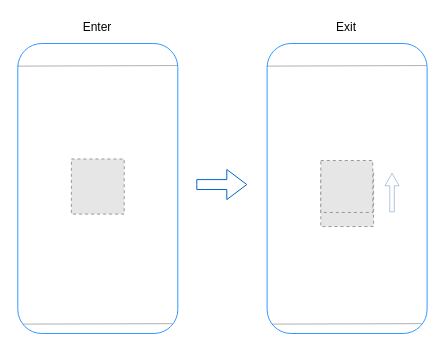
Above: Jetpack-splashscreen.drawio in ellisonchan/MineGraph (draw.io), before the change. Source tidied: cells renumbered, new cells numbered last; positions are measured from the earlier drawing's top-left corner, leaving out a move shared by most shapes. Both pictures are drawn from the tidied source at 100%, with x=0, y=0 at pixel (17, 17). Pictures stored in the file or linked from it are replaced by grey dashed boxes.
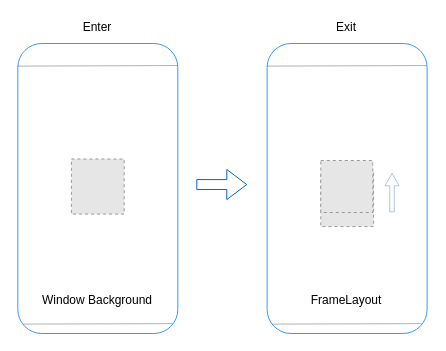
After the change.

What changed in the source:
```diff
@@
 <mxGraphModel>
   <root>
     <mxCell id="0" />
     <mxCell id="1" parent="0" />
     <mxCell id="2" style="rounded=1;whiteSpace=wrap;html=1;strokeColor=#3399FF;" parent="1" vertex="1">
       <mxGeometry x="249.6" y="26" width="160" height="290" as="geometry" />
     </mxCell>
     <mxCell id="3" style="rounded=1;whiteSpace=wrap;html=1;strokeColor=#3399FF;" parent="1" vertex="1">
       <mxGeometry x="0.3" y="26" width="160" height="290" as="geometry" />
     </mxCell>
     <mxCell id="4" style="fillColor=#E6E6E6;strokeColor=#999999;dashed=1;verticalLabelPosition=bottom;labelBackgroundColor=#ffffff;verticalAlign=top;" parent="1" vertex="1">
       <mxGeometry x="53.9" y="141.5" width="52.8" height="55.1" as="geometry" />
     </mxCell>
     <mxCell id="5" style="html=1;shadow=0;dashed=0;align=center;verticalAlign=middle;shape=mxgraph.arrows2.arrow;dy=0.67;dx=20;notch=0;strokeColor=#0066CC;fillColor=#FFFFFF;" parent="1" vertex="1">
       <mxGeometry x="179.3" y="152" width="50" height="30.1" as="geometry" />
     </mxCell>
     <mxCell id="6" style="endArrow=none;html=1;exitX=-0.002;exitY=0.078;exitDx=0;exitDy=0;exitPerimeter=0;entryX=0.997;entryY=0.076;entryDx=0;entryDy=0;entryPerimeter=0;fillColor=#f5f5f5;strokeColor=#666666;opacity=50;gradientColor=#b3b3b3;" parent="1" edge="1" source="3" target="3">
       <mxGeometry relative="1" as="geometry" />
     </mxCell>
     <mxCell id="7" style="endArrow=none;html=1;exitX=-0.002;exitY=0.078;exitDx=0;exitDy=0;exitPerimeter=0;entryX=0.967;entryY=0.966;entryDx=0;entryDy=0;entryPerimeter=0;fillColor=#f5f5f5;strokeColor=#666666;opacity=50;gradientColor=#b3b3b3;" parent="1" edge="1" target="3">
       <mxGeometry relative="1" as="geometry">
         <mxPoint x="5.5" y="306.6" as="sourcePoint" />
       </mxGeometry>
     </mxCell>
     <mxCell id="8" style="fillColor=#E6E6E6;strokeColor=#999999;dashed=1;verticalLabelPosition=bottom;labelBackgroundColor=#ffffff;verticalAlign=top;" parent="1" vertex="1">
       <mxGeometry x="303.3" y="154" width="52.8" height="55.1" as="geometry" />
     </mxCell>
     <mxCell id="9" style="endArrow=none;html=1;exitX=-0.002;exitY=0.078;exitDx=0;exitDy=0;exitPerimeter=0;entryX=0.997;entryY=0.076;entryDx=0;entryDy=0;entryPerimeter=0;fillColor=#f5f5f5;strokeColor=#666666;gradientColor=#b3b3b3;opacity=50;" parent="1" edge="1" source="2" target="2">
       <mxGeometry relative="1" as="geometry" />
     </mxCell>
     <mxCell id="10" style="endArrow=none;html=1;exitX=-0.002;exitY=0.078;exitDx=0;exitDy=0;exitPerimeter=0;entryX=0.967;entryY=0.966;entryDx=0;entryDy=0;entryPerimeter=0;fillColor=#f5f5f5;strokeColor=#666666;opacity=50;gradientColor=#b3b3b3;" parent="1" edge="1" target="2">
       <mxGeometry relative="1" as="geometry">
         <mxPoint x="254.8" y="306.6" as="sourcePoint" />
       </mxGeometry>
     </mxCell>
     <mxCell id="11" style="fillColor=#E6E6E6;strokeColor=#999999;dashed=1;verticalLabelPosition=bottom;verticalAlign=top;" parent="1" vertex="1">
       <mxGeometry x="303.3" y="143" width="52" height="52" as="geometry" />
     </mxCell>
     <mxCell id="12" style="html=1;shadow=0;dashed=0;align=center;verticalAlign=middle;shape=mxgraph.arrows2.arrow;dy=0.68;dx=12.47;notch=0;strokeColor=#6c8ebf;rotation=-90;fillColor=#FFFFFF;opacity=50;" parent="1" vertex="1">
       <mxGeometry x="355.3" y="168" width="38.5" height="14.1" as="geometry" />
     </mxCell>
     <mxCell id="13" value="Enter" style="text;html=1;strokeColor=none;fillColor=none;align=center;verticalAlign=middle;whiteSpace=wrap;rounded=0;" parent="1" vertex="1">
       <mxGeometry x="60.3" width="40" height="20" as="geometry" />
     </mxCell>
     <mxCell id="14" value="Exit" style="text;html=1;strokeColor=none;fillColor=none;align=center;verticalAlign=middle;whiteSpace=wrap;rounded=0;" parent="1" vertex="1">
       <mxGeometry x="309.3" width="40" height="20" as="geometry" />
     </mxCell>
+    <mxCell id="15" value="Window Background" style="text;html=1;strokeColor=none;fillColor=none;align=center;verticalAlign=middle;whiteSpace=wrap;rounded=0;" parent="1" vertex="1">
+      <mxGeometry x="20.3" y="273" width="120" height="20" as="geometry" />
+    </mxCell>
+    <mxCell id="16" value="FrameLayout" style="text;html=1;strokeColor=none;fillColor=none;align=center;verticalAlign=middle;whiteSpace=wrap;rounded=0;" parent="1" vertex="1">
+      <mxGeometry x="309.3" y="273" width="40" height="20" as="geometry" />
+    </mxCell>
   </root>
 </mxGraphModel>
```
